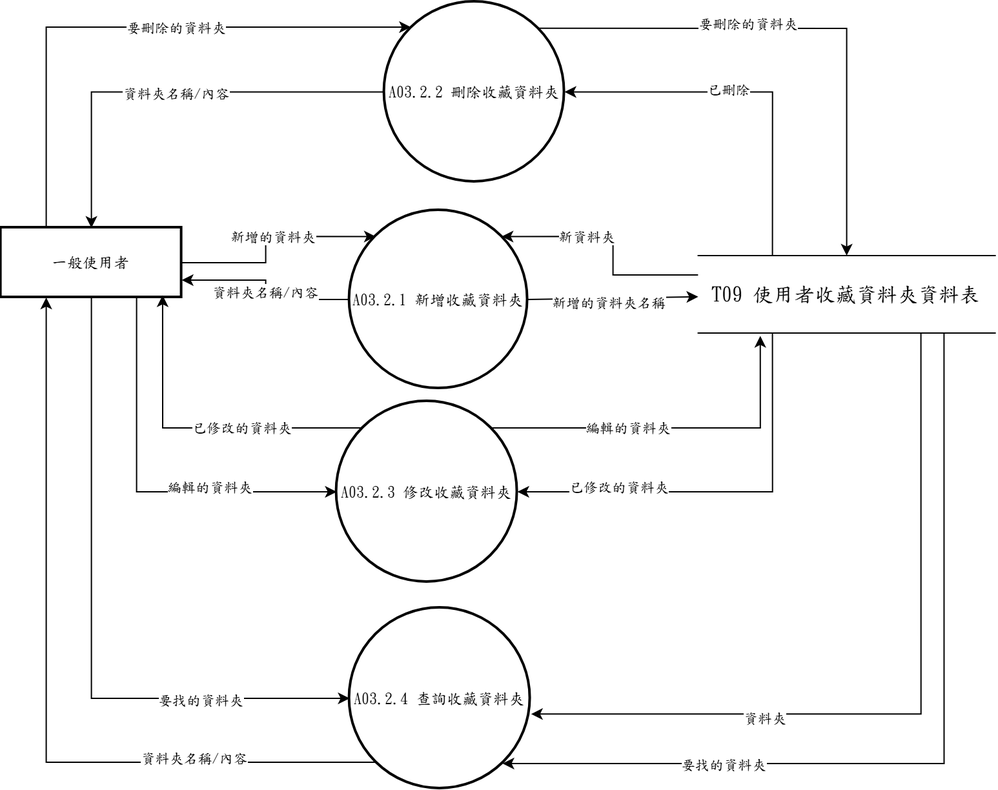
s22452007/115502 keeps this draw.io diagram as 系統文件/第6章/DFD圖/圖3/新/圖3.2.drawio.png. Above is the earlier version. Source tidied: cells renumbered, new cells last; positions are measured from the earlier drawing's top-left corner, leaving out a move shared by most shapes.
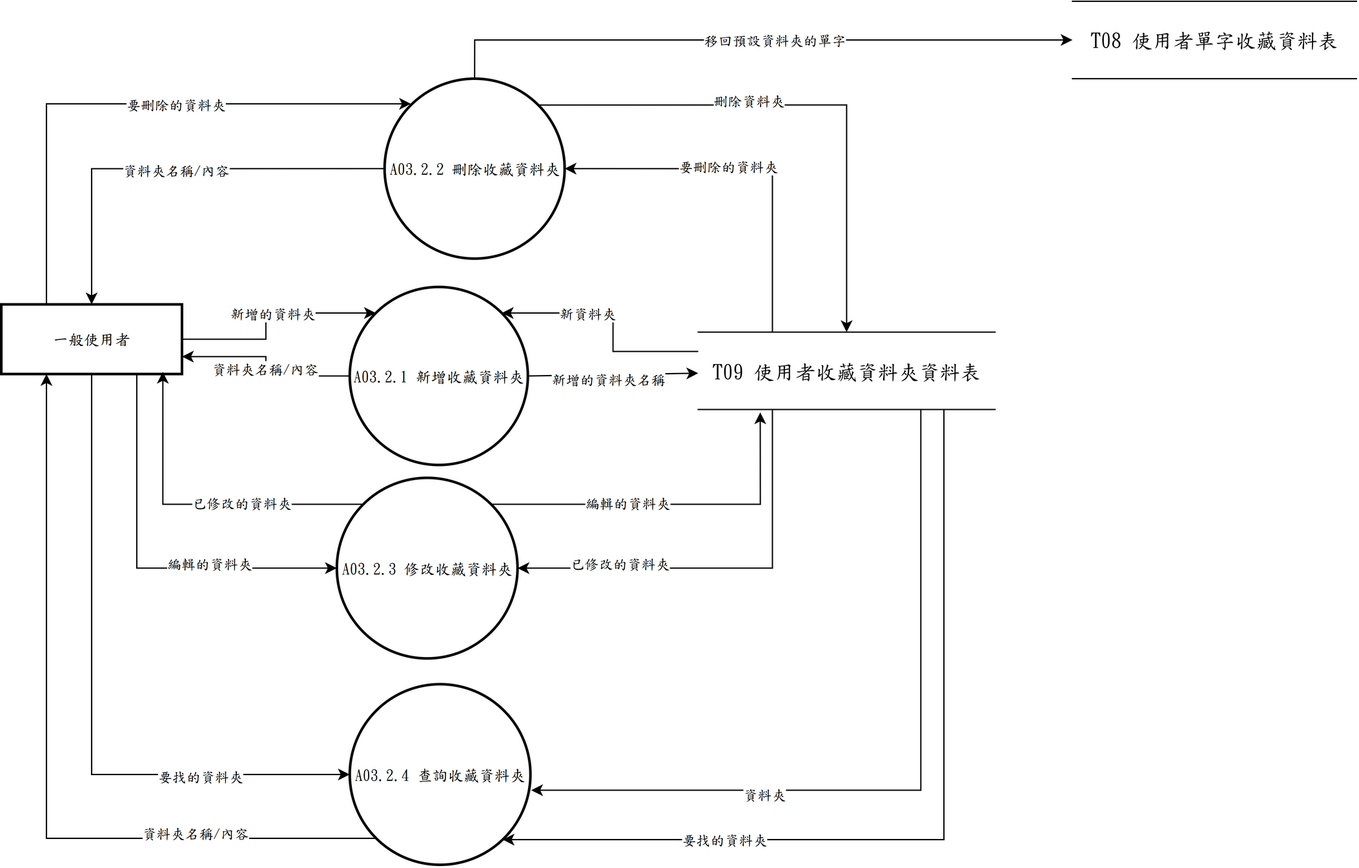
After the commit.

What changed in the source:
```diff
@@ -36,7 +36,7 @@
     <mxCell id="11" style="edgeStyle=orthogonalEdgeStyle;rounded=0;jettySize=auto;html=1;exitX=1;exitY=0;exitDx=0;exitDy=0;entryX=0.5;entryY=0;entryDx=0;entryDy=0;" parent="1" edge="1" source="13" target="20">
       <mxGeometry relative="1" as="geometry" />
     </mxCell>
-    <mxCell id="12" value="要刪除的資料夾" style="edgeLabel;html=1;align=center;verticalAlign=middle;fontFamily=標楷體;" parent="11" vertex="1">
+    <mxCell id="12" value="刪除資料夾" style="edgeLabel;html=1;align=center;verticalAlign=middle;fontFamily=標楷體;" parent="11" vertex="1">
       <mxGeometry x="-0.22" y="4" relative="1" as="geometry" />
     </mxCell>
     <mxCell id="13" value="A03.2.2 刪除收藏資料夾" style="ellipse;strokeWidth=2;whiteSpace=wrap;fontFamily=標楷體;" parent="1" vertex="1">
@@ -51,7 +51,7 @@
     <mxCell id="16" style="edgeStyle=orthogonalEdgeStyle;rounded=0;jettySize=auto;html=1;exitX=0.25;exitY=0;exitDx=0;exitDy=0;entryX=1;entryY=0.5;entryDx=0;entryDy=0;" parent="1" edge="1" source="20" target="13">
       <mxGeometry relative="1" as="geometry" />
     </mxCell>
-    <mxCell id="17" value="&lt;font face=&quot;標楷體&quot;&gt;已刪除&lt;/font&gt;" style="edgeLabel;html=1;align=center;verticalAlign=middle;fontFamily=標楷體;" parent="16" vertex="1">
+    <mxCell id="17" value="要刪除的資料夾" style="edgeLabel;html=1;align=center;verticalAlign=middle;fontFamily=標楷體;" parent="16" vertex="1">
       <mxGeometry x="0.12" y="-2" relative="1" as="geometry" />
     </mxCell>
     <mxCell id="18" style="edgeStyle=orthogonalEdgeStyle;rounded=0;jettySize=auto;html=1;exitX=0.25;exitY=1;exitDx=0;exitDy=0;entryX=1;entryY=0.5;entryDx=0;entryDy=0;" parent="1" edge="1" source="20" target="26">
@@ -130,5 +130,18 @@
     <mxCell id="39" value="&lt;span style=&quot;font-family: 標楷體;&quot;&gt;編輯的資料夾&lt;/span&gt;" style="edgeLabel;html=1;align=center;verticalAlign=middle;fontFamily=標楷體;" parent="38" vertex="1">
       <mxGeometry x="-0.25" y="1" relative="1" as="geometry" />
     </mxCell>
+    <mxCell id="40" value="&lt;span lang=&quot;EN-US&quot; style=&quot;font-size: 12pt;&quot;&gt;T08&amp;nbsp;&lt;/span&gt;&lt;span style=&quot;font-size: 12pt;&quot;&gt;使用者單字收藏資料表&lt;/span&gt;" style="shape=partialRectangle;whiteSpace=wrap;html=1;left=0;right=0;fontFamily=標楷體;" parent="1" vertex="1">
+      <mxGeometry x="830" y="-60" width="220" height="60" as="geometry" />
+    </mxCell>
+    <mxCell id="41" style="edgeStyle=none;rounded=0;jettySize=auto;html=1;fontFamily=標楷體;exitX=0.5000;exitY=0.0000;exitDx=0;exitDy=0;exitPerimeter=0;entryX=0.0000;entryY=0.5000;entryDx=0;entryDy=0;entryPerimeter=0;" parent="1" edge="1" source="13" target="40">
+      <mxGeometry relative="1" as="geometry">
+        <Array as="points">
+          <mxPoint x="366.8" y="-30" />
+        </Array>
+      </mxGeometry>
+    </mxCell>
+    <mxCell id="42" value="移回預設資料夾的單字" style="edgeLabel;html=1;align=center;verticalAlign=middle;fontFamily=標楷體;" parent="41" vertex="1">
+      <mxGeometry x="0.06" relative="1" as="geometry" />
+    </mxCell>
   </root>
 </mxGraphModel>
```
